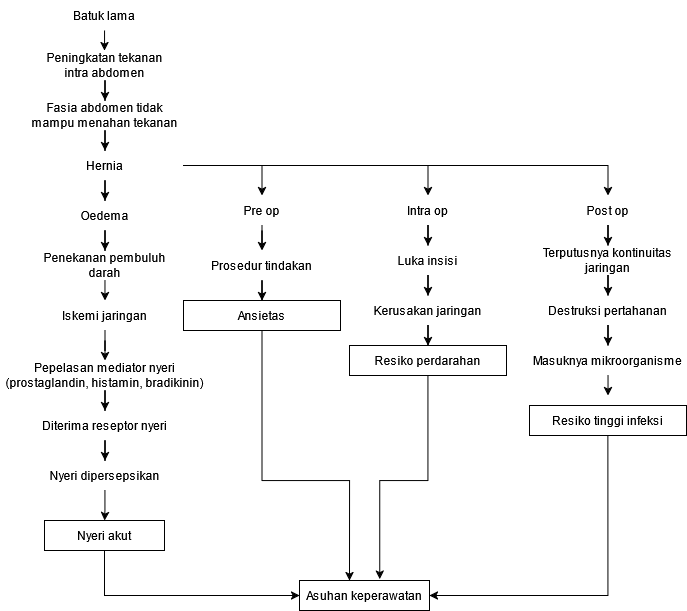
This is pathway hernia.png from dhendisyafaa/drawio, a draw.io export, as it was before one commit. Source tidied: cells renumbered, new cells last; positions are measured from the earlier drawing's top-left corner, leaving out a move shared by most shapes.
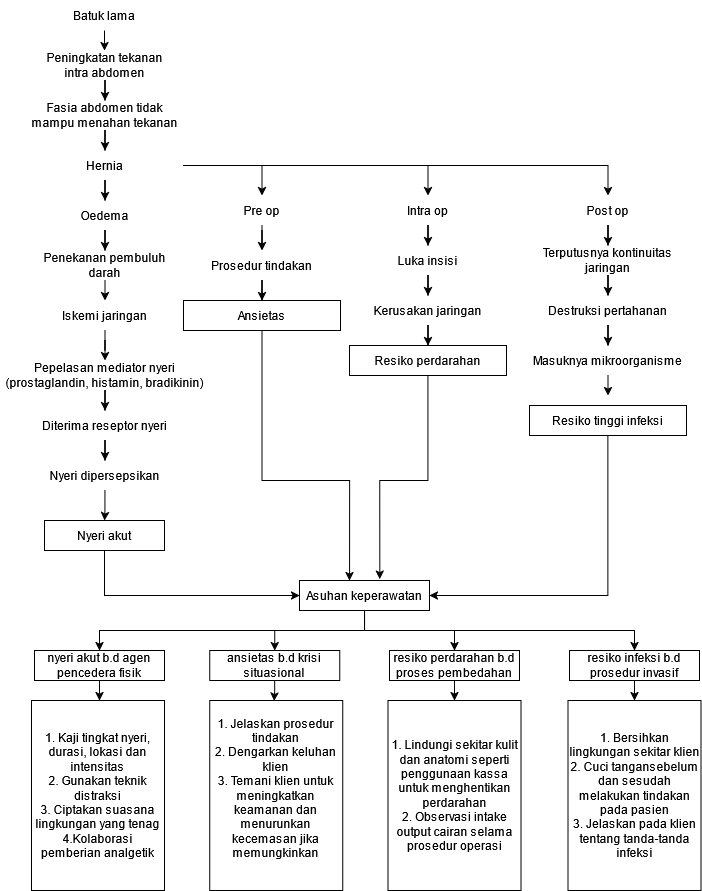
The same file after the commit.

What changed in the source:
```diff
@@ -165,8 +165,71 @@
     <mxCell id="50" value="Resiko perdarahan" style="text;html=1;align=center;verticalAlign=middle;whiteSpace=wrap;rounded=0;strokeColor=default;" parent="1" vertex="1">
       <mxGeometry x="349" y="345" width="157" height="30" as="geometry" />
     </mxCell>
+    <mxCell id="52" style="edgeStyle=orthogonalEdgeStyle;rounded=0;jettySize=auto;html=1;entryX=0.5;entryY=0;entryDx=0;entryDy=0;" parent="1" edge="1" source="51" target="57">
+      <mxGeometry relative="1" as="geometry">
+        <Array as="points">
+          <mxPoint x="364" y="630" />
+          <mxPoint x="99" y="630" />
+        </Array>
+      </mxGeometry>
+    </mxCell>
+    <mxCell id="53" style="edgeStyle=orthogonalEdgeStyle;rounded=0;jettySize=auto;html=1;" parent="1" edge="1" source="51" target="58">
+      <mxGeometry relative="1" as="geometry" />
+    </mxCell>
+    <mxCell id="54" style="edgeStyle=orthogonalEdgeStyle;rounded=0;jettySize=auto;html=1;entryX=0.5;entryY=0;entryDx=0;entryDy=0;" parent="1" edge="1" source="51" target="59">
+      <mxGeometry relative="1" as="geometry" />
+    </mxCell>
+    <mxCell id="55" style="edgeStyle=orthogonalEdgeStyle;rounded=0;jettySize=auto;html=1;entryX=0.5;entryY=0;entryDx=0;entryDy=0;" parent="1" edge="1" source="51" target="61">
+      <mxGeometry relative="1" as="geometry">
+        <Array as="points">
+          <mxPoint x="364" y="630" />
+          <mxPoint x="634" y="630" />
+        </Array>
+      </mxGeometry>
+    </mxCell>
     <mxCell id="51" value="Asuhan keperawatan" style="rounded=0;whiteSpace=wrap;html=1;" parent="1" vertex="1">
       <mxGeometry x="299" y="580" width="130" height="30" as="geometry" />
     </mxCell>
+    <mxCell id="56" style="edgeStyle=orthogonalEdgeStyle;rounded=0;jettySize=auto;html=1;entryX=0.509;entryY=-0.002;entryDx=0;entryDy=0;entryPerimeter=0;" parent="1" edge="1" source="57" target="62">
+      <mxGeometry relative="1" as="geometry" />
+    </mxCell>
+    <mxCell id="57" value="nyeri akut b.d agen pencedera fisik" style="rounded=0;whiteSpace=wrap;html=1;" parent="1" vertex="1">
+      <mxGeometry x="34" y="650" width="130" height="30" as="geometry" />
+    </mxCell>
+    <mxCell id="58" value="ansietas b.d krisi situasional" style="rounded=0;whiteSpace=wrap;html=1;" parent="1" vertex="1">
+      <mxGeometry x="209.2" y="650" width="130" height="30" as="geometry" />
+    </mxCell>
+    <mxCell id="59" value="resiko perdarahan b.d proses pembedahan" style="rounded=0;whiteSpace=wrap;html=1;" parent="1" vertex="1">
+      <mxGeometry x="389" y="650" width="130" height="30" as="geometry" />
+    </mxCell>
+    <mxCell id="60" style="edgeStyle=orthogonalEdgeStyle;rounded=0;jettySize=auto;html=1;entryX=0.5;entryY=0;entryDx=0;entryDy=0;" parent="1" edge="1" source="61" target="65">
+      <mxGeometry relative="1" as="geometry" />
+    </mxCell>
+    <mxCell id="61" value="resiko infeksi b.d prosedur invasif" style="rounded=0;whiteSpace=wrap;html=1;" parent="1" vertex="1">
+      <mxGeometry x="569" y="650" width="130" height="30" as="geometry" />
+    </mxCell>
+    <mxCell id="62" value="&lt;div&gt;1. Kaji tingkat nyeri, durasi, lokasi dan intensitas&lt;/div&gt;&lt;div&gt;2. Gunakan teknik distraksi&lt;/div&gt;&lt;div&gt;3. Ciptakan suasana lingkungan yang tenag&lt;/div&gt;&lt;div&gt;4.Kolaborasi pemberian analgetik&lt;/div&gt;" style="rounded=0;whiteSpace=wrap;html=1;" parent="1" vertex="1">
+      <mxGeometry x="31" y="700" width="133" height="190" as="geometry" />
+    </mxCell>
+    <mxCell id="63" value="&lt;div&gt;1. Jelaskan prosedur tindakan&lt;/div&gt;&lt;div&gt;2. Dengarkan keluhan klien&lt;/div&gt;&lt;div&gt;3. Temani klien untuk meningkatkan keamanan dan menurunkan kecemasan jika memungkinkan&lt;/div&gt;&lt;div&gt;&lt;br&gt;&lt;/div&gt;" style="rounded=0;whiteSpace=wrap;html=1;fontStyle=0;" parent="1" vertex="1">
+      <mxGeometry x="209.2" y="700" width="133" height="190" as="geometry" />
+    </mxCell>
+    <mxCell id="64" value="&lt;div&gt;1. Lindungi sekitar kulit dan anatomi seperti penggunaan kassa untuk menghentikan perdarahan&lt;/div&gt;&lt;div&gt;2. Observasi intake output cairan selama prosedur operasi&lt;/div&gt;" style="rounded=0;whiteSpace=wrap;html=1;" parent="1" vertex="1">
+      <mxGeometry x="387.5" y="700" width="133" height="190" as="geometry" />
+    </mxCell>
+    <mxCell id="65" value="&lt;div&gt;1. Bersihkan lingkungan sekitar klien&lt;/div&gt;&lt;div&gt;2. Cuci tangansebelum dan sesudah melakukan tindakan pada pasien&lt;/div&gt;&lt;div&gt;3. Jelaskan pada klien tentang tanda-tanda infeksi &lt;br&gt;&lt;/div&gt;" style="rounded=0;whiteSpace=wrap;html=1;" parent="1" vertex="1">
+      <mxGeometry x="567.5" y="700" width="133" height="190" as="geometry" />
+    </mxCell>
+    <mxCell id="66" style="edgeStyle=orthogonalEdgeStyle;rounded=0;jettySize=auto;html=1;entryX=0.485;entryY=0.003;entryDx=0;entryDy=0;entryPerimeter=0;" parent="1" edge="1" source="58" target="63">
+      <mxGeometry relative="1" as="geometry">
+        <Array as="points">
+          <mxPoint x="274" y="690" />
+          <mxPoint x="274" y="690" />
+        </Array>
+      </mxGeometry>
+    </mxCell>
+    <mxCell id="67" style="edgeStyle=orthogonalEdgeStyle;rounded=0;jettySize=auto;html=1;entryX=0.5;entryY=0;entryDx=0;entryDy=0;" parent="1" edge="1" source="59" target="64">
+      <mxGeometry relative="1" as="geometry" />
+    </mxCell>
   </root>
 </mxGraphModel>
```
